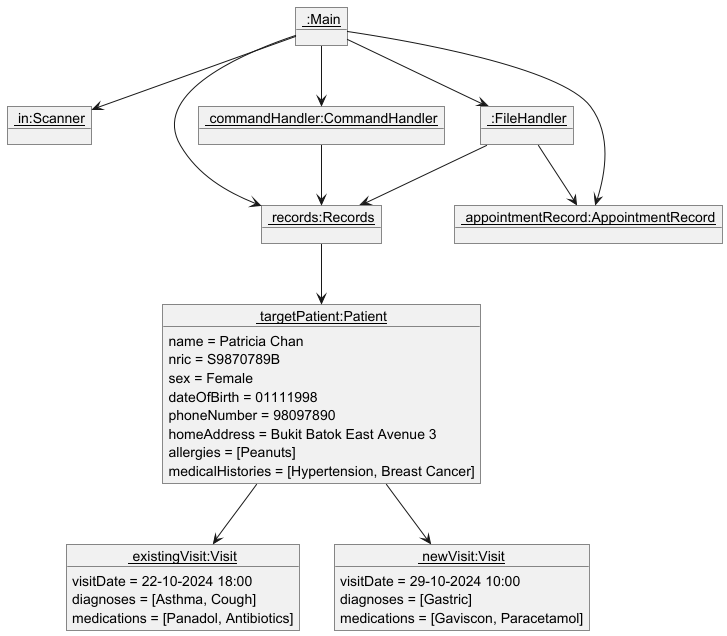
Before: docs/ObjectDiagramAfterAddVisit.png, a diagram exported from PlantUML (yentheng0110/tp).
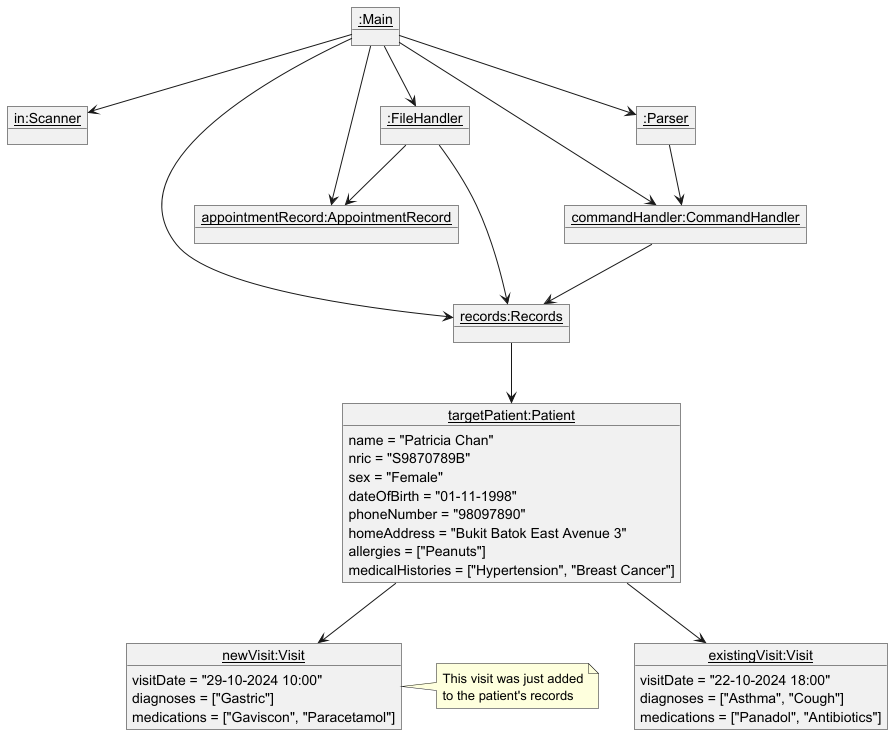
After the commit.

Commit message:
Update Object Diagram After Add Visit

Diff of the diagram source:
```diff
@@ -1,33 +1,51 @@
 @startuml
+skinparam classAttributeIconSize 0
+hide circle
 
-object "<u> :Main</u>" as Main
-object "<u> in:Scanner</u>" as Scanner
-object "<u> records:Records</u>" as Records
-object "<u> appointmentRecord:AppointmentRecord</u>" as AppointmentRecord
-object "<u> :FileHandler</u>" as FileHandler
-object "<u> commandHandler:CommandHandler</u>" as CommandHandler
+object "<u>:Main</u>" as Main
 
-object "<u> targetPatient:Patient</u>" as Patient {
-name = Patricia Chan
-nric = S9870789B
-sex = Female
-dateOfBirth = 01111998
-phoneNumber = 98097890
-homeAddress = Bukit Batok East Avenue 3
-allergies = [Peanuts]
-medicalHistories = [Hypertension, Breast Cancer]
+object "<u>in:Scanner</u>" as Scanner {
 }
 
-object "<u> existingVisit:Visit</u>" as Visit1 {
-visitDate = 22-10-2024 18:00
-diagnoses = [Asthma, Cough]
-medications = [Panadol, Antibiotics]
+object "<u>records:Records</u>" as Records {
 }
 
-object "<u> newVisit:Visit</u>" as Visit2 {
-visitDate = 29-10-2024 10:00
-diagnoses = [Gastric]
-medications = [Gaviscon, Paracetamol]
+object "<u>appointmentRecord:AppointmentRecord</u>" as AppointmentRecord {
+}
+
+object "<u>:FileHandler</u>" as FileHandler {
+
+}
+
+object "<u>commandHandler:CommandHandler</u>" as CommandHandler {
+
+}
+
+object "<u>:Parser</u>" as Parser {
+
+}
+
+object "<u>targetPatient:Patient</u>" as Patient {
+    name = "Patricia Chan"
+    nric = "S9870789B"
+    sex = "Female"
+    dateOfBirth = "01-11-1998"
+    phoneNumber = "98097890"
+    homeAddress = "Bukit Batok East Avenue 3"
+    allergies = ["Peanuts"]
+    medicalHistories = ["Hypertension", "Breast Cancer"]
+}
+
+object "<u>existingVisit:Visit</u>" as Visit1 {
+    visitDate = "22-10-2024 18:00"
+    diagnoses = ["Asthma", "Cough"]
+    medications = ["Panadol", "Antibiotics"]
+}
+
+object "<u>newVisit:Visit</u>" as Visit2 {
+    visitDate = "29-10-2024 10:00"
+    diagnoses = ["Gastric"]
+    medications = ["Gaviscon", "Paracetamol"]
 }
 
 Main --> Scanner
@@ -35,6 +53,8 @@
 Main --> AppointmentRecord
 Main --> FileHandler
 Main --> CommandHandler
+Main --> Parser
+Parser --> CommandHandler
 Patient --> Visit1
 Patient --> Visit2
 CommandHandler --> Records
@@ -42,4 +62,9 @@
 FileHandler --> Records
 FileHandler --> AppointmentRecord
 
+note right of Visit2
+    This visit was just added
+    to the patient's records
+end note
+
 @enduml
```
